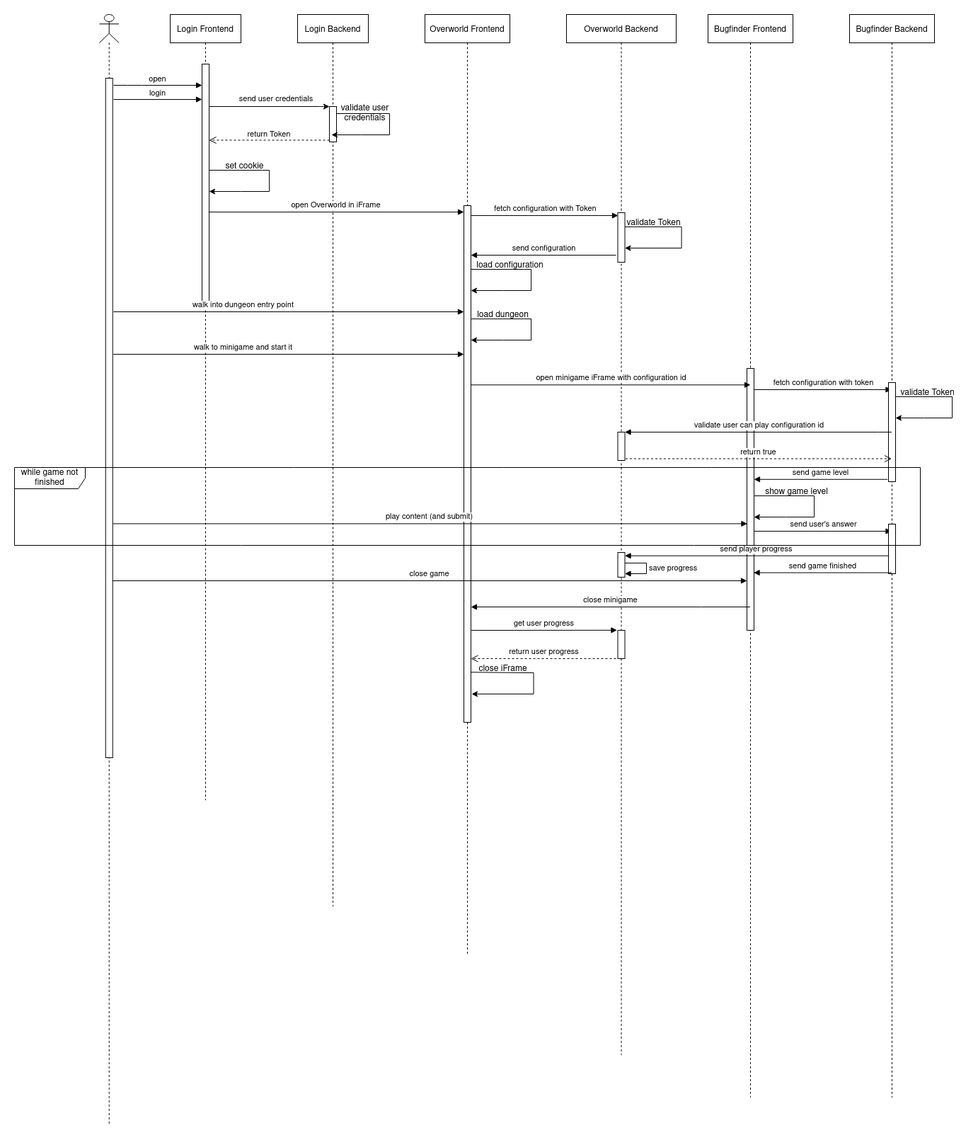
The draw.io diagram dev-manuals/services/sequenz-diagram_(editable-with-drawio).png in Gamify-IT/docs, before a commit. Source tidied: cells renumbered, new cells last; positions are measured from the earlier drawing's top-left corner, leaving out a move shared by most shapes.
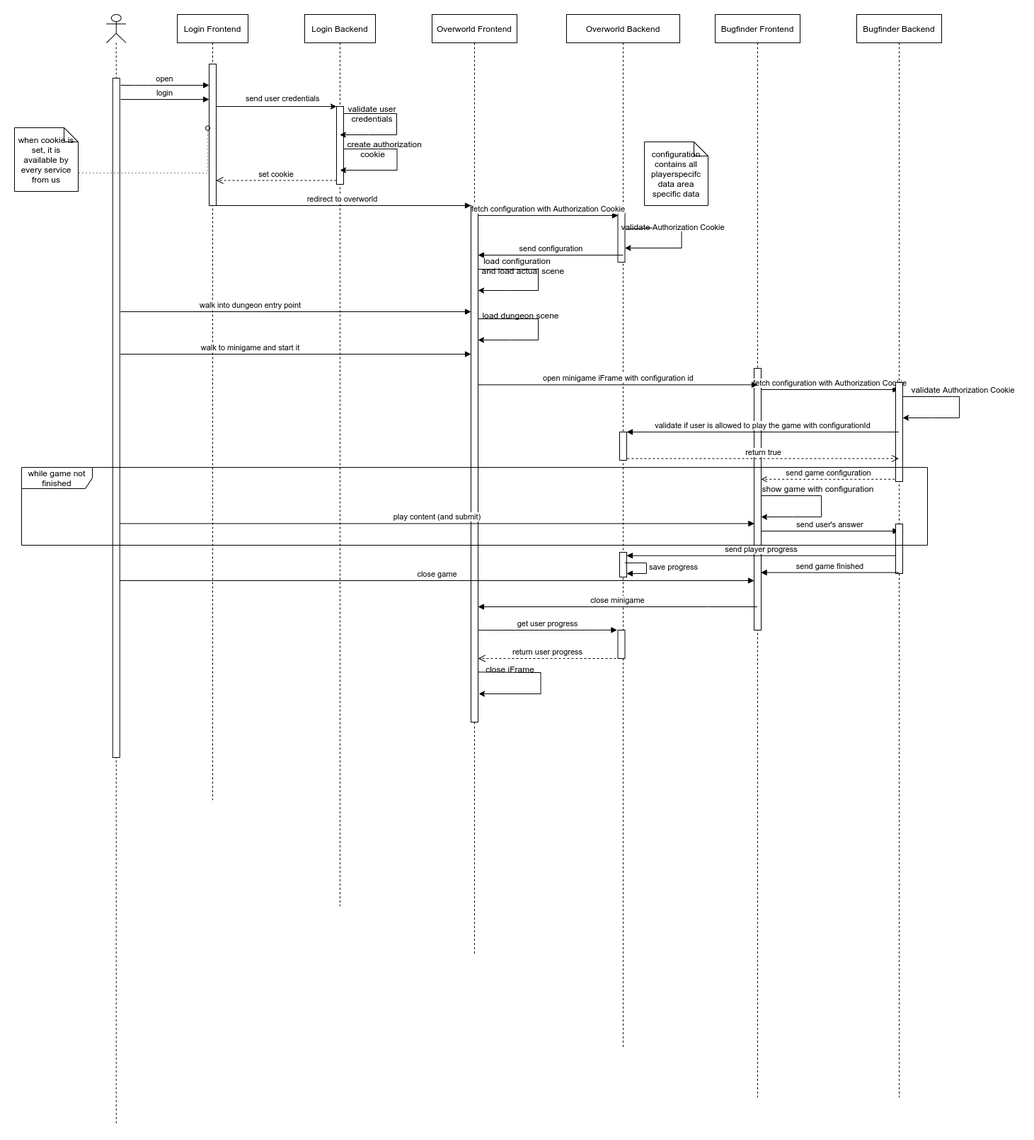
After the change.

Commit message:
update sequence diagram

The edit, as a diff of the source:
```diff
@@ -9,7 +9,7 @@
       <mxGeometry x="220" width="100" height="1110" as="geometry" />
     </mxCell>
     <mxCell id="4" style="points=[];perimeter=orthogonalPerimeter;rounded=0;shadow=0;strokeWidth=1;" parent="3" vertex="1">
-      <mxGeometry x="45" y="70" width="10" height="340" as="geometry" />
+      <mxGeometry x="45" y="70" width="10" height="200" as="geometry" />
     </mxCell>
     <mxCell id="5" value="login" style="verticalAlign=bottom;startArrow=none;endArrow=block;startSize=8;shadow=0;strokeWidth=1;startFill=0;" parent="3" edge="1">
       <mxGeometry relative="1" as="geometry">
@@ -29,21 +29,11 @@
     <mxCell id="7" style="points=[];perimeter=orthogonalPerimeter;rounded=0;shadow=0;strokeWidth=1;" parent="3" vertex="1">
       <mxGeometry x="-91.2" y="90" width="10" height="960" as="geometry" />
     </mxCell>
-    <mxCell id="8" style="endArrow=classic;html=1;rounded=0;" parent="3" edge="1" source="4" target="4">
-      <mxGeometry relative="1" as="geometry">
-        <Array as="points">
-          <mxPoint x="130.1" y="220" />
-          <mxPoint x="140.1" y="220" />
-          <mxPoint x="140.1" y="250" />
-          <mxPoint x="100.1" y="250" />
-        </Array>
-      </mxGeometry>
-    </mxCell>
     <mxCell id="9" value="Login Backend" style="shape=umlLifeline;perimeter=lifelinePerimeter;rounded=0;shadow=0;strokeWidth=1;" parent="1" vertex="1">
       <mxGeometry x="400" width="100" height="1260" as="geometry" />
     </mxCell>
     <mxCell id="10" style="points=[];perimeter=orthogonalPerimeter;rounded=0;shadow=0;strokeWidth=1;" parent="9" vertex="1">
-      <mxGeometry x="45" y="130" width="10" height="50" as="geometry" />
+      <mxGeometry x="45" y="130" width="10" height="110" as="geometry" />
     </mxCell>
     <mxCell id="11" style="endArrow=classic;html=1;rounded=0;" parent="9" edge="1" source="10" target="9">
       <mxGeometry relative="1" as="geometry">
@@ -55,7 +45,7 @@
         </Array>
       </mxGeometry>
     </mxCell>
-    <mxCell id="12" value="return Token" style="verticalAlign=bottom;endArrow=open;dashed=1;endSize=8;exitX=0;exitY=0.95;shadow=0;strokeWidth=1;" parent="1" edge="1" source="10" target="4">
+    <mxCell id="12" value="set cookie" style="verticalAlign=bottom;endArrow=open;dashed=1;endSize=8;exitX=0;exitY=0.95;shadow=0;strokeWidth=1;" parent="1" edge="1" source="10" target="4">
       <mxGeometry relative="1" as="geometry" />
     </mxCell>
     <mxCell id="13" value="send user credentials" style="verticalAlign=bottom;endArrow=none;shadow=0;strokeWidth=1;startArrow=classic;startFill=1;endFill=0;" parent="1" edge="1" source="10" target="4">
@@ -94,14 +84,11 @@
       </mxGeometry>
     </mxCell>
     <mxCell id="18" value="Overworld Backend" style="shape=umlLifeline;perimeter=lifelinePerimeter;rounded=0;shadow=0;strokeWidth=1;" parent="1" vertex="1">
-      <mxGeometry x="780" width="155" height="1470" as="geometry" />
+      <mxGeometry x="770" width="160" height="1460" as="geometry" />
     </mxCell>
     <mxCell id="19" style="points=[];perimeter=orthogonalPerimeter;rounded=0;shadow=0;strokeWidth=1;" parent="18" vertex="1">
       <mxGeometry x="72.5" y="280" width="10" height="70" as="geometry" />
     </mxCell>
-    <mxCell id="20" value="validate Token" style="text;html=1;align=center;verticalAlign=middle;points=[];strokeColor=none;fillColor=none;" parent="18" vertex="1">
-      <mxGeometry x="72.5" y="280" width="100" height="30" as="geometry" />
-    </mxCell>
     <mxCell id="21" style="endArrow=classic;html=1;rounded=0;exitX=0.1;exitY=0.667;exitDx=0;exitDy=0;exitPerimeter=0;" parent="18" edge="1" source="20">
       <mxGeometry relative="1" as="geometry">
         <mxPoint x="82.5" y="330" as="targetPoint" />
@@ -114,10 +101,10 @@
       </mxGeometry>
     </mxCell>
     <mxCell id="22" style="points=[];perimeter=orthogonalPerimeter;rounded=0;shadow=0;strokeWidth=1;" parent="18" vertex="1">
-      <mxGeometry x="72.5" y="590" width="10" height="40" as="geometry" />
+      <mxGeometry x="75" y="590" width="10" height="40" as="geometry" />
     </mxCell>
     <mxCell id="23" style="points=[];perimeter=orthogonalPerimeter;rounded=0;shadow=0;strokeWidth=1;" parent="18" vertex="1">
-      <mxGeometry x="72.5" y="760" width="10" height="35" as="geometry" />
+      <mxGeometry x="75" y="760" width="10" height="35" as="geometry" />
     </mxCell>
     <mxCell id="24" style="points=[];perimeter=orthogonalPerimeter;rounded=0;shadow=0;strokeWidth=1;" parent="18" vertex="1">
       <mxGeometry x="72.5" y="870" width="10" height="40" as="geometry" />
@@ -136,13 +123,19 @@
         </Array>
       </mxGeometry>
     </mxCell>
+    <mxCell id="60" value="configuration contains all playerspecifc data area specific data&lt;br&gt;" style="shape=note;size=20;whiteSpace=wrap;html=1;" parent="18" vertex="1">
+      <mxGeometry x="110" y="180" width="90" height="90" as="geometry" />
+    </mxCell>
+    <mxCell id="20" value="validate&amp;nbsp;&lt;span style=&quot;font-size: 11px ; background-color: rgb(255 , 255 , 255)&quot;&gt;Authorization Cookie&lt;/span&gt;" style="text;html=1;align=center;verticalAlign=middle;points=[];strokeColor=none;fillColor=none;" parent="18" vertex="1">
+      <mxGeometry x="70" y="290" width="160" height="20" as="geometry" />
+    </mxCell>
     <mxCell id="27" value="Bugfinder Frontend" style="shape=umlLifeline;perimeter=lifelinePerimeter;rounded=0;shadow=0;strokeWidth=1;" parent="1" vertex="1">
       <mxGeometry x="980" width="120" height="1530" as="geometry" />
     </mxCell>
     <mxCell id="28" style="points=[];perimeter=orthogonalPerimeter;rounded=0;shadow=0;strokeWidth=1;" parent="27" vertex="1">
       <mxGeometry x="55" y="500" width="10" height="370" as="geometry" />
     </mxCell>
-    <mxCell id="29" value="fetch configuration with token" style="html=1;verticalAlign=bottom;endArrow=block;rounded=0;" parent="27" edge="1" target="33">
+    <mxCell id="29" value="fetch configuration with Authorization Cookie" style="html=1;verticalAlign=bottom;endArrow=block;rounded=0;" parent="27" edge="1" target="33">
       <mxGeometry relative="1" as="geometry">
         <mxPoint x="65" y="530" as="sourcePoint" />
       </mxGeometry>
@@ -194,25 +187,28 @@
         <mxPoint x="55" y="764.7" as="sourcePoint" />
       </mxGeometry>
     </mxCell>
+    <mxCell id="55" value="while game not finished" style="shape=umlFrame;whiteSpace=wrap;html=1;width=100;height=30;" parent="33" vertex="1">
+      <mxGeometry x="-1180" y="640" width="1280" height="110" as="geometry" />
+    </mxCell>
+    <mxCell id="52" value="show game with configuration" style="text;html=1;align=center;verticalAlign=middle;strokeColor=none;fillColor=none;" parent="33" vertex="1">
+      <mxGeometry x="-140" y="660" width="170" height="20" as="geometry" />
+    </mxCell>
     <mxCell id="38" value="validate user&lt;br&gt;credentials" style="text;html=1;align=center;verticalAlign=middle;strokeColor=none;fillColor=none;" parent="1" vertex="1">
       <mxGeometry x="450" y="120" width="90" height="40" as="geometry" />
     </mxCell>
-    <mxCell id="39" value="open Overworld in iFrame" style="html=1;verticalAlign=bottom;endArrow=block;rounded=0;exitX=0.929;exitY=0.615;exitDx=0;exitDy=0;exitPerimeter=0;" parent="1" edge="1" source="4" target="16">
+    <mxCell id="39" value="redirect to overworld" style="html=1;verticalAlign=bottom;endArrow=block;rounded=0;exitX=0.5;exitY=1;exitDx=0;exitDy=0;exitPerimeter=0;" parent="1" edge="1" source="4" target="16">
       <mxGeometry relative="1" as="geometry" />
     </mxCell>
-    <mxCell id="40" value="fetch configuration with Token" style="html=1;verticalAlign=bottom;endArrow=block;rounded=0;entryX=0.043;entryY=0.058;entryDx=0;entryDy=0;entryPerimeter=0;" parent="1" edge="1" source="16" target="19">
+    <mxCell id="40" value="fetch configuration with Authorization Cookie" style="html=1;verticalAlign=bottom;endArrow=block;rounded=0;entryX=0.043;entryY=0.058;entryDx=0;entryDy=0;entryPerimeter=0;" parent="1" edge="1" source="16" target="19">
       <mxGeometry relative="1" as="geometry" />
     </mxCell>
-    <mxCell id="41" value="set cookie&lt;br&gt;" style="text;html=1;align=center;verticalAlign=middle;strokeColor=none;fillColor=none;" parent="1" vertex="1">
-      <mxGeometry x="285.1" y="200" width="80" height="30" as="geometry" />
-    </mxCell>
     <mxCell id="42" value="send configuration" style="html=1;verticalAlign=bottom;endArrow=block;rounded=0;" parent="1" edge="1" target="16">
       <mxGeometry relative="1" as="geometry">
         <mxPoint x="850" y="340" as="sourcePoint" />
       </mxGeometry>
     </mxCell>
-    <mxCell id="43" value="load configuration" style="text;html=1;align=center;verticalAlign=middle;strokeColor=none;fillColor=none;" parent="1" vertex="1">
-      <mxGeometry x="640" y="340" width="120" height="30" as="geometry" />
+    <mxCell id="43" value="load configuration&lt;br&gt;&amp;nbsp; &amp;nbsp; &amp;nbsp;and load actual scene" style="text;html=1;align=center;verticalAlign=middle;strokeColor=none;fillColor=none;" parent="1" vertex="1">
+      <mxGeometry x="625" y="340" width="150" height="30" as="geometry" />
     </mxCell>
     <mxCell id="44" value="walk into dungeon entry point" style="html=1;verticalAlign=bottom;endArrow=block;rounded=0;exitX=0.929;exitY=0.615;exitDx=0;exitDy=0;exitPerimeter=0;" parent="1" edge="1" target="16">
       <mxGeometry relative="1" as="geometry">
@@ -222,8 +218,8 @@
         </Array>
       </mxGeometry>
     </mxCell>
-    <mxCell id="45" value="load dungeon" style="text;html=1;align=center;verticalAlign=middle;strokeColor=none;fillColor=none;" parent="1" vertex="1">
-      <mxGeometry x="640" y="410" width="100" height="30" as="geometry" />
+    <mxCell id="45" value="load dungeon scene" style="text;html=1;align=center;verticalAlign=middle;strokeColor=none;fillColor=none;" parent="1" vertex="1">
+      <mxGeometry x="645" y="415" width="120" height="20" as="geometry" />
     </mxCell>
     <mxCell id="46" value="walk to minigame and start it" style="html=1;verticalAlign=bottom;endArrow=block;rounded=0;exitX=0.929;exitY=0.615;exitDx=0;exitDy=0;exitPerimeter=0;" parent="1" edge="1">
       <mxGeometry relative="1" as="geometry">
@@ -237,10 +233,10 @@
     <mxCell id="47" value="open minigame iFrame with configuration id" style="html=1;verticalAlign=bottom;endArrow=block;rounded=0;entryX=0.5;entryY=0.063;entryDx=0;entryDy=0;entryPerimeter=0;" parent="1" edge="1" source="16" target="28">
       <mxGeometry relative="1" as="geometry" />
     </mxCell>
-    <mxCell id="48" value="validate Token" style="text;html=1;align=center;verticalAlign=middle;strokeColor=none;fillColor=none;" parent="1" vertex="1">
-      <mxGeometry x="1240" y="520" width="100" height="30" as="geometry" />
+    <mxCell id="48" value="validate&amp;nbsp;&lt;span style=&quot;font-size: 11px ; background-color: rgb(255 , 255 , 255)&quot;&gt;Authorization Cookie&lt;/span&gt;" style="text;html=1;align=center;verticalAlign=middle;strokeColor=none;fillColor=none;" parent="1" vertex="1">
+      <mxGeometry x="1250" y="520" width="160" height="20" as="geometry" />
     </mxCell>
-    <mxCell id="49" value="validate user can play configuration id" style="html=1;verticalAlign=bottom;endArrow=block;rounded=0;" parent="1" edge="1" source="33" target="22">
+    <mxCell id="49" value="validate if user is allowed to play the game with configurationId" style="html=1;verticalAlign=bottom;endArrow=block;rounded=0;" parent="1" edge="1" source="33" target="22">
       <mxGeometry relative="1" as="geometry">
         <Array as="points">
           <mxPoint x="1220" y="590" />
@@ -250,21 +246,15 @@
     <mxCell id="50" value="return true" style="html=1;verticalAlign=bottom;endArrow=open;dashed=1;endSize=8;rounded=0;exitX=1.093;exitY=0.939;exitDx=0;exitDy=0;exitPerimeter=0;" parent="1" edge="1" source="22" target="33">
       <mxGeometry relative="1" as="geometry" />
     </mxCell>
-    <mxCell id="51" value="send game level" style="html=1;verticalAlign=bottom;endArrow=block;rounded=0;exitX=-0.129;exitY=0.977;exitDx=0;exitDy=0;exitPerimeter=0;" parent="1" edge="1" source="34" target="28">
+    <mxCell id="51" value="send game configuration" style="html=1;verticalAlign=bottom;endArrow=open;rounded=0;exitX=-0.129;exitY=0.977;exitDx=0;exitDy=0;exitPerimeter=0;dashed=1;endFill=0;" parent="1" edge="1" source="34" target="28">
       <mxGeometry relative="1" as="geometry" />
     </mxCell>
-    <mxCell id="52" value="show game level" style="text;html=1;align=center;verticalAlign=middle;strokeColor=none;fillColor=none;" parent="1" vertex="1">
-      <mxGeometry x="1050" y="660" width="110" height="30" as="geometry" />
-    </mxCell>
     <mxCell id="53" value="play content (and submit)" style="html=1;verticalAlign=bottom;endArrow=block;rounded=0;entryX=0.043;entryY=0.593;entryDx=0;entryDy=0;entryPerimeter=0;" parent="1" edge="1" source="7" target="28">
       <mxGeometry relative="1" as="geometry" />
     </mxCell>
     <mxCell id="54" value="send game finished" style="html=1;verticalAlign=bottom;endArrow=block;rounded=0;entryX=0.957;entryY=0.78;entryDx=0;entryDy=0;entryPerimeter=0;" parent="1" edge="1" source="33" target="28">
       <mxGeometry relative="1" as="geometry" />
     </mxCell>
-    <mxCell id="55" value="while game not finished" style="shape=umlFrame;whiteSpace=wrap;html=1;width=100;height=30;" parent="1" vertex="1">
-      <mxGeometry y="640" width="1280" height="110" as="geometry" />
-    </mxCell>
     <mxCell id="56" value="close iFrame" style="text;html=1;align=center;verticalAlign=middle;strokeColor=none;fillColor=none;" parent="1" vertex="1">
       <mxGeometry x="645" y="910" width="90" height="30" as="geometry" />
     </mxCell>
@@ -290,5 +280,30 @@
     <mxCell id="59" value="get user progress" style="html=1;verticalAlign=bottom;endArrow=block;rounded=0;entryX=-0.107;entryY=-0.004;entryDx=0;entryDy=0;entryPerimeter=0;exitX=1.071;exitY=0.822;exitDx=0;exitDy=0;exitPerimeter=0;" parent="1" edge="1" source="16" target="24">
       <mxGeometry relative="1" as="geometry" />
     </mxCell>
+    <mxCell id="61" style="endArrow=classic;html=1;rounded=0;" parent="1" edge="1">
+      <mxGeometry relative="1" as="geometry">
+        <mxPoint x="455.5" y="190" as="sourcePoint" />
+        <mxPoint x="450" y="220" as="targetPoint" />
+        <Array as="points">
+          <mxPoint x="520.5" y="190" />
+          <mxPoint x="530.5" y="190" />
+          <mxPoint x="530.5" y="220" />
+          <mxPoint x="490.5" y="220" />
+        </Array>
+      </mxGeometry>
+    </mxCell>
+    <mxCell id="62" value="&amp;nbsp; &amp;nbsp; &amp;nbsp; &amp;nbsp; &amp;nbsp; create authorization&lt;br&gt;cookie" style="text;html=1;align=center;verticalAlign=middle;strokeColor=none;fillColor=none;" parent="1" vertex="1">
+      <mxGeometry x="420.5" y="175" width="150" height="30" as="geometry" />
+    </mxCell>
+    <mxCell id="63" style="edgeStyle=orthogonalEdgeStyle;rounded=0;jettySize=auto;html=1;exitX=0;exitY=0;exitDx=90;exitDy=55;exitPerimeter=0;entryX=-0.2;entryY=0.453;entryDx=0;entryDy=0;entryPerimeter=0;dashed=1;dashPattern=1 4;endArrow=oval;endFill=0;" parent="1" edge="1" source="64" target="4">
+      <mxGeometry relative="1" as="geometry">
+        <Array as="points">
+          <mxPoint x="80" y="224" />
+        </Array>
+      </mxGeometry>
+    </mxCell>
+    <mxCell id="64" value="when cookie is set, it is available by every service from us" style="shape=note;size=20;whiteSpace=wrap;html=1;" parent="1" vertex="1">
+      <mxGeometry x="-10" y="160" width="90" height="90" as="geometry" />
+    </mxCell>
   </root>
 </mxGraphModel>
```
